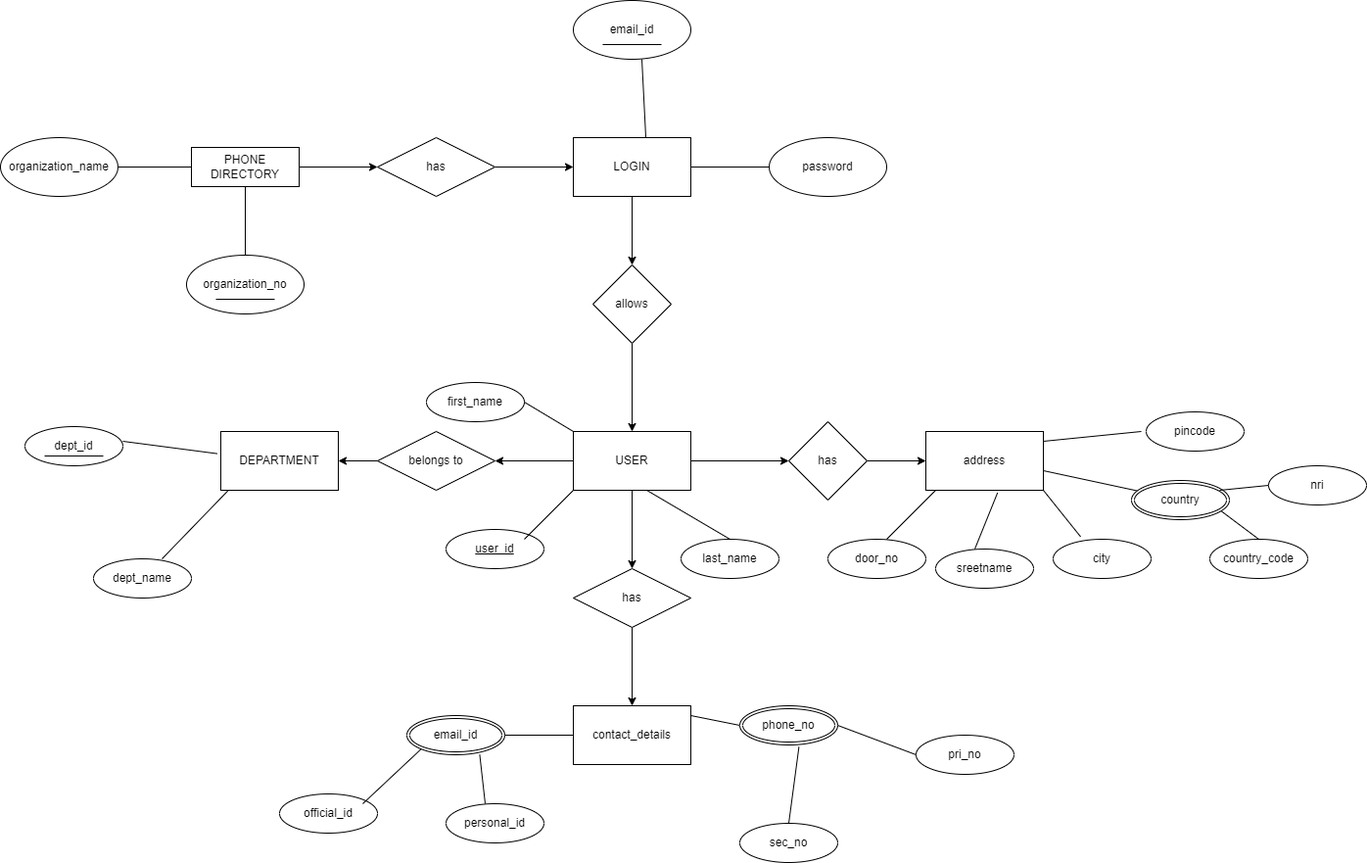
Tharatech87/phone-directory keeps this draw.io diagram as er dgm.png. Above is the earlier version. Source tidied: cells renumbered, new cells last; positions are measured from the earlier drawing's top-left corner, leaving out a move shared by most shapes. The source it was exported from:
```xml
<mxGraphModel>
  <root>
    <mxCell id="0" />
    <mxCell id="1" parent="0" />
    <mxCell id="2" style="edgeStyle=orthogonalEdgeStyle;rounded=0;jettySize=auto;html=1;" parent="1" edge="1" source="3">
      <mxGeometry relative="1" as="geometry">
        <mxPoint x="385" y="170" as="targetPoint" />
      </mxGeometry>
    </mxCell>
    <mxCell id="3" value="PHONE DIRECTORY" style="whiteSpace=wrap;html=1;align=center;" parent="1" vertex="1">
      <mxGeometry x="195" y="150" width="110" height="40" as="geometry" />
    </mxCell>
    <mxCell id="4" style="edgeStyle=orthogonalEdgeStyle;rounded=0;jettySize=auto;html=1;" parent="1" edge="1" source="5" target="7">
      <mxGeometry relative="1" as="geometry" />
    </mxCell>
    <mxCell id="5" value="has" style="shape=rhombus;perimeter=rhombusPerimeter;whiteSpace=wrap;html=1;align=center;" parent="1" vertex="1">
      <mxGeometry x="385" y="140" width="120" height="60" as="geometry" />
    </mxCell>
    <mxCell id="6" style="edgeStyle=orthogonalEdgeStyle;rounded=0;jettySize=auto;html=1;" parent="1" edge="1" source="7" target="9">
      <mxGeometry relative="1" as="geometry" />
    </mxCell>
    <mxCell id="7" value="LOGIN" style="whiteSpace=wrap;html=1;" parent="1" vertex="1">
      <mxGeometry x="585" y="140" width="120" height="60" as="geometry" />
    </mxCell>
    <mxCell id="8" style="edgeStyle=orthogonalEdgeStyle;rounded=0;jettySize=auto;html=1;" parent="1" edge="1" source="9" target="13">
      <mxGeometry relative="1" as="geometry" />
    </mxCell>
    <mxCell id="9" value="allows" style="rhombus;whiteSpace=wrap;html=1;" parent="1" vertex="1">
      <mxGeometry x="605" y="270" width="80" height="80" as="geometry" />
    </mxCell>
    <mxCell id="10" style="edgeStyle=orthogonalEdgeStyle;rounded=0;jettySize=auto;html=1;" parent="1" edge="1" source="13" target="42">
      <mxGeometry relative="1" as="geometry" />
    </mxCell>
    <mxCell id="11" style="edgeStyle=orthogonalEdgeStyle;rounded=0;jettySize=auto;html=1;" parent="1" edge="1" source="13">
      <mxGeometry relative="1" as="geometry">
        <mxPoint x="645" y="580" as="targetPoint" />
      </mxGeometry>
    </mxCell>
    <mxCell id="12" style="edgeStyle=orthogonalEdgeStyle;rounded=0;jettySize=auto;html=1;" parent="1" edge="1" source="13" target="54">
      <mxGeometry relative="1" as="geometry" />
    </mxCell>
    <mxCell id="13" value="USER" style="whiteSpace=wrap;html=1;" parent="1" vertex="1">
      <mxGeometry x="585" y="440" width="120" height="60" as="geometry" />
    </mxCell>
    <mxCell id="14" value="organization_name" style="ellipse;whiteSpace=wrap;html=1;" parent="1" vertex="1">
      <mxGeometry y="140" width="120" height="60" as="geometry" />
    </mxCell>
    <mxCell id="15" style="line;strokeWidth=1;dashed=0;labelPosition=right;align=left;verticalAlign=middle;spacingTop=0;spacingLeft=6;" parent="1" vertex="1">
      <mxGeometry x="120" y="110" width="75" height="120" as="geometry" />
    </mxCell>
    <mxCell id="16" value="organization_no" style="ellipse;whiteSpace=wrap;html=1;" parent="1" vertex="1">
      <mxGeometry x="190" y="260" width="120" height="60" as="geometry" />
    </mxCell>
    <mxCell id="17" value="email_id" style="ellipse;whiteSpace=wrap;html=1;" parent="1" vertex="1">
      <mxGeometry x="585" width="120" height="60" as="geometry" />
    </mxCell>
    <mxCell id="18" style="endArrow=none;html=1;rounded=0;entryX=0.5;entryY=1;entryDx=0;entryDy=0;exitX=0.5;exitY=0;exitDx=0;exitDy=0;" parent="1" edge="1" source="16" target="3">
      <mxGeometry relative="1" as="geometry" />
    </mxCell>
    <mxCell id="19" style="endArrow=none;html=1;rounded=0;exitX=0.617;exitY=0.003;exitDx=0;exitDy=0;exitPerimeter=0;" parent="1" edge="1" source="7">
      <mxGeometry relative="1" as="geometry">
        <mxPoint x="655" y="60" as="targetPoint" />
      </mxGeometry>
    </mxCell>
    <mxCell id="20" value="password" style="ellipse;whiteSpace=wrap;html=1;" parent="1" vertex="1">
      <mxGeometry x="785" y="140" width="120" height="60" as="geometry" />
    </mxCell>
    <mxCell id="21" style="line;strokeWidth=1;dashed=0;labelPosition=right;align=left;verticalAlign=middle;spacingTop=0;spacingLeft=6;" parent="1" vertex="1">
      <mxGeometry x="705" y="165" width="80" height="10" as="geometry" />
    </mxCell>
    <mxCell id="22" style="line;strokeWidth=1;dashed=0;labelPosition=right;align=left;verticalAlign=middle;spacingTop=0;spacingLeft=6;" parent="1" vertex="1">
      <mxGeometry x="220" y="300" width="60" height="10" as="geometry" />
    </mxCell>
    <mxCell id="23" value="first_name" style="ellipse;whiteSpace=wrap;html=1;align=center;" parent="1" vertex="1">
      <mxGeometry x="435" y="390" width="100" height="40" as="geometry" />
    </mxCell>
    <mxCell id="24" style="line;strokeWidth=1;dashed=0;labelPosition=right;align=left;verticalAlign=middle;spacingTop=0;spacingLeft=6;" parent="1" vertex="1">
      <mxGeometry x="615" y="40" width="60" height="10" as="geometry" />
    </mxCell>
    <mxCell id="25" value="last_name" style="ellipse;whiteSpace=wrap;html=1;align=center;" parent="1" vertex="1">
      <mxGeometry x="695" y="550" width="100" height="40" as="geometry" />
    </mxCell>
    <mxCell id="26" value="user_id" style="ellipse;whiteSpace=wrap;html=1;align=center;fontStyle=4;" parent="1" vertex="1">
      <mxGeometry x="455" y="540" width="100" height="40" as="geometry" />
    </mxCell>
    <mxCell id="27" style="endArrow=none;html=1;rounded=0;" parent="1" edge="1">
      <mxGeometry relative="1" as="geometry">
        <mxPoint x="535" y="550" as="sourcePoint" />
        <mxPoint x="585" y="500" as="targetPoint" />
      </mxGeometry>
    </mxCell>
    <mxCell id="28" style="endArrow=none;html=1;rounded=0;exitX=0.5;exitY=0;exitDx=0;exitDy=0;" parent="1" edge="1" source="25">
      <mxGeometry relative="1" as="geometry">
        <mxPoint x="660" y="500" as="targetPoint" />
      </mxGeometry>
    </mxCell>
    <mxCell id="29" style="endArrow=none;html=1;rounded=0;entryX=0;entryY=0.5;entryDx=0;entryDy=0;" parent="1" edge="1" target="30">
      <mxGeometry relative="1" as="geometry">
        <mxPoint x="705" y="730" as="sourcePoint" />
      </mxGeometry>
    </mxCell>
    <mxCell id="30" value="phone_no" style="ellipse;shape=doubleEllipse;margin=3;whiteSpace=wrap;html=1;align=center;" parent="1" vertex="1">
      <mxGeometry x="755" y="720" width="100" height="40" as="geometry" />
    </mxCell>
    <mxCell id="31" value="pri_no" style="ellipse;whiteSpace=wrap;html=1;align=center;" parent="1" vertex="1">
      <mxGeometry x="935" y="750" width="100" height="40" as="geometry" />
    </mxCell>
    <mxCell id="32" value="sec_no" style="ellipse;whiteSpace=wrap;html=1;align=center;" parent="1" vertex="1">
      <mxGeometry x="755" y="840" width="100" height="40" as="geometry" />
    </mxCell>
    <mxCell id="33" style="endArrow=none;html=1;rounded=0;entryX=0.604;entryY=1.05;entryDx=0;entryDy=0;entryPerimeter=0;exitX=0.5;exitY=0;exitDx=0;exitDy=0;" parent="1" edge="1" source="32" target="30">
      <mxGeometry relative="1" as="geometry" />
    </mxCell>
    <mxCell id="34" style="endArrow=none;html=1;rounded=0;entryX=0;entryY=0.5;entryDx=0;entryDy=0;exitX=1;exitY=0.5;exitDx=0;exitDy=0;" parent="1" edge="1" source="30" target="31">
      <mxGeometry relative="1" as="geometry" />
    </mxCell>
    <mxCell id="35" style="endArrow=none;html=1;rounded=0;entryX=0;entryY=0;entryDx=0;entryDy=0;" parent="1" edge="1" target="13">
      <mxGeometry relative="1" as="geometry">
        <mxPoint x="535" y="410" as="sourcePoint" />
      </mxGeometry>
    </mxCell>
    <mxCell id="36" value="DEPARTMENT" style="whiteSpace=wrap;html=1;" parent="1" vertex="1">
      <mxGeometry x="225" y="440" width="120" height="60" as="geometry" />
    </mxCell>
    <mxCell id="37" value="dept_id" style="ellipse;whiteSpace=wrap;html=1;align=center;" parent="1" vertex="1">
      <mxGeometry x="25" y="435" width="100" height="40" as="geometry" />
    </mxCell>
    <mxCell id="38" value="dept_name" style="ellipse;whiteSpace=wrap;html=1;align=center;" parent="1" vertex="1">
      <mxGeometry x="95" y="570" width="100" height="40" as="geometry" />
    </mxCell>
    <mxCell id="39" style="endArrow=none;html=1;rounded=0;entryX=-0.03;entryY=0.377;entryDx=0;entryDy=0;entryPerimeter=0;" parent="1" edge="1" target="36">
      <mxGeometry relative="1" as="geometry">
        <mxPoint x="125" y="450" as="sourcePoint" />
      </mxGeometry>
    </mxCell>
    <mxCell id="40" style="endArrow=none;html=1;rounded=0;entryX=0.063;entryY=1.003;entryDx=0;entryDy=0;entryPerimeter=0;" parent="1" edge="1" target="36">
      <mxGeometry relative="1" as="geometry">
        <mxPoint x="165" y="570" as="sourcePoint" />
      </mxGeometry>
    </mxCell>
    <mxCell id="41" style="line;strokeWidth=1;dashed=0;labelPosition=right;align=left;verticalAlign=middle;spacingTop=0;spacingLeft=6;" parent="1" vertex="1">
      <mxGeometry x="45" y="460" width="60" height="10" as="geometry" />
    </mxCell>
    <mxCell id="42" value="belongs to" style="shape=rhombus;perimeter=rhombusPerimeter;whiteSpace=wrap;html=1;align=center;" parent="1" vertex="1">
      <mxGeometry x="385" y="440" width="120" height="60" as="geometry" />
    </mxCell>
    <mxCell id="43" style="endArrow=classic;html=1;rounded=0;exitX=0;exitY=0.5;exitDx=0;exitDy=0;entryX=1;entryY=0.5;entryDx=0;entryDy=0;" parent="1" edge="1" source="42" target="36">
      <mxGeometry relative="1" as="geometry" />
    </mxCell>
    <mxCell id="44" style="edgeStyle=orthogonalEdgeStyle;rounded=0;jettySize=auto;html=1;" parent="1" edge="1" source="45" target="46">
      <mxGeometry relative="1" as="geometry" />
    </mxCell>
    <mxCell id="45" value="has" style="shape=rhombus;perimeter=rhombusPerimeter;whiteSpace=wrap;html=1;align=center;" parent="1" vertex="1">
      <mxGeometry x="585" y="580" width="120" height="60" as="geometry" />
    </mxCell>
    <mxCell id="46" value="contact_details" style="whiteSpace=wrap;html=1;" parent="1" vertex="1">
      <mxGeometry x="585" y="720" width="120" height="60" as="geometry" />
    </mxCell>
    <mxCell id="47" value="email_id" style="ellipse;shape=doubleEllipse;margin=3;whiteSpace=wrap;html=1;align=center;" parent="1" vertex="1">
      <mxGeometry x="415" y="730" width="100" height="40" as="geometry" />
    </mxCell>
    <mxCell id="48" style="endArrow=none;html=1;rounded=0;entryX=0;entryY=0.5;entryDx=0;entryDy=0;" parent="1" edge="1" target="46">
      <mxGeometry relative="1" as="geometry">
        <mxPoint x="515" y="750" as="sourcePoint" />
      </mxGeometry>
    </mxCell>
    <mxCell id="49" value="personal_id" style="ellipse;whiteSpace=wrap;html=1;align=center;" parent="1" vertex="1">
      <mxGeometry x="455" y="820" width="100" height="40" as="geometry" />
    </mxCell>
    <mxCell id="50" value="official_id" style="ellipse;whiteSpace=wrap;html=1;align=center;" parent="1" vertex="1">
      <mxGeometry x="285" y="810" width="100" height="40" as="geometry" />
    </mxCell>
    <mxCell id="51" style="endArrow=none;html=1;rounded=0;entryX=0;entryY=1;entryDx=0;entryDy=0;" parent="1" edge="1" target="47">
      <mxGeometry relative="1" as="geometry">
        <mxPoint x="370" y="820" as="sourcePoint" />
      </mxGeometry>
    </mxCell>
    <mxCell id="52" style="endArrow=none;html=1;rounded=0;entryX=0.744;entryY=0.995;entryDx=0;entryDy=0;entryPerimeter=0;" parent="1" edge="1" target="47">
      <mxGeometry relative="1" as="geometry">
        <mxPoint x="495" y="820" as="sourcePoint" />
      </mxGeometry>
    </mxCell>
    <mxCell id="53" style="edgeStyle=orthogonalEdgeStyle;rounded=0;jettySize=auto;html=1;" parent="1" edge="1" source="54" target="55">
      <mxGeometry relative="1" as="geometry" />
    </mxCell>
    <mxCell id="54" value="has" style="rhombus;whiteSpace=wrap;html=1;" parent="1" vertex="1">
      <mxGeometry x="805" y="430" width="80" height="80" as="geometry" />
    </mxCell>
    <mxCell id="55" value="address" style="whiteSpace=wrap;html=1;" parent="1" vertex="1">
      <mxGeometry x="945" y="440" width="120" height="60" as="geometry" />
    </mxCell>
    <mxCell id="56" value="city" style="ellipse;whiteSpace=wrap;html=1;align=center;" parent="1" vertex="1">
      <mxGeometry x="1075" y="550" width="100" height="40" as="geometry" />
    </mxCell>
    <mxCell id="57" value="sreetname" style="ellipse;whiteSpace=wrap;html=1;align=center;" parent="1" vertex="1">
      <mxGeometry x="955" y="560" width="100" height="40" as="geometry" />
    </mxCell>
    <mxCell id="58" value="door_no" style="ellipse;whiteSpace=wrap;html=1;align=center;" parent="1" vertex="1">
      <mxGeometry x="845" y="550" width="100" height="40" as="geometry" />
    </mxCell>
    <mxCell id="59" style="endArrow=none;html=1;rounded=0;entryX=0.5;entryY=0;entryDx=0;entryDy=0;" parent="1" edge="1" target="64">
      <mxGeometry relative="1" as="geometry">
        <mxPoint x="1245" y="520" as="sourcePoint" />
      </mxGeometry>
    </mxCell>
    <mxCell id="60" style="endArrow=none;html=1;rounded=0;exitX=0.28;exitY=-0.065;exitDx=0;exitDy=0;exitPerimeter=0;" parent="1" edge="1" source="56">
      <mxGeometry relative="1" as="geometry">
        <mxPoint x="1065" y="500" as="targetPoint" />
      </mxGeometry>
    </mxCell>
    <mxCell id="61" style="endArrow=none;html=1;rounded=0;" parent="1" edge="1">
      <mxGeometry relative="1" as="geometry">
        <mxPoint x="1065" y="480" as="sourcePoint" />
        <mxPoint x="1160.9" y="500.6" as="targetPoint" />
      </mxGeometry>
    </mxCell>
    <mxCell id="62" style="endArrow=none;html=1;rounded=0;entryX=0.61;entryY=1.043;entryDx=0;entryDy=0;entryPerimeter=0;" parent="1" edge="1" target="55">
      <mxGeometry relative="1" as="geometry">
        <mxPoint x="995" y="560" as="sourcePoint" />
      </mxGeometry>
    </mxCell>
    <mxCell id="63" style="endArrow=none;html=1;rounded=0;" parent="1" edge="1">
      <mxGeometry relative="1" as="geometry">
        <mxPoint x="905" y="550" as="sourcePoint" />
        <mxPoint x="955" y="500" as="targetPoint" />
      </mxGeometry>
    </mxCell>
    <mxCell id="64" value="country_code" style="ellipse;whiteSpace=wrap;html=1;align=center;" parent="1" vertex="1">
      <mxGeometry x="1235" y="550" width="100" height="40" as="geometry" />
    </mxCell>
    <mxCell id="65" value="country" style="ellipse;shape=doubleEllipse;margin=3;whiteSpace=wrap;html=1;align=center;" parent="1" vertex="1">
      <mxGeometry x="1155" y="490" width="100" height="40" as="geometry" />
    </mxCell>
    <mxCell id="66" value="pincode" style="ellipse;whiteSpace=wrap;html=1;align=center;" parent="1" vertex="1">
      <mxGeometry x="1170" y="420" width="100" height="40" as="geometry" />
    </mxCell>
    <mxCell id="67" style="endArrow=none;html=1;rounded=0;" parent="1" edge="1">
      <mxGeometry relative="1" as="geometry">
        <mxPoint x="1065" y="450" as="sourcePoint" />
        <mxPoint x="1165" y="440" as="targetPoint" />
      </mxGeometry>
    </mxCell>
    <mxCell id="68" value="nri" style="ellipse;whiteSpace=wrap;html=1;align=center;" parent="1" vertex="1">
      <mxGeometry x="1295" y="475" width="100" height="40" as="geometry" />
    </mxCell>
    <mxCell id="69" style="endArrow=none;html=1;rounded=0;entryX=0;entryY=0.5;entryDx=0;entryDy=0;" parent="1" edge="1" target="68">
      <mxGeometry relative="1" as="geometry">
        <mxPoint x="1245" y="500" as="sourcePoint" />
      </mxGeometry>
    </mxCell>
  </root>
</mxGraphModel>
```
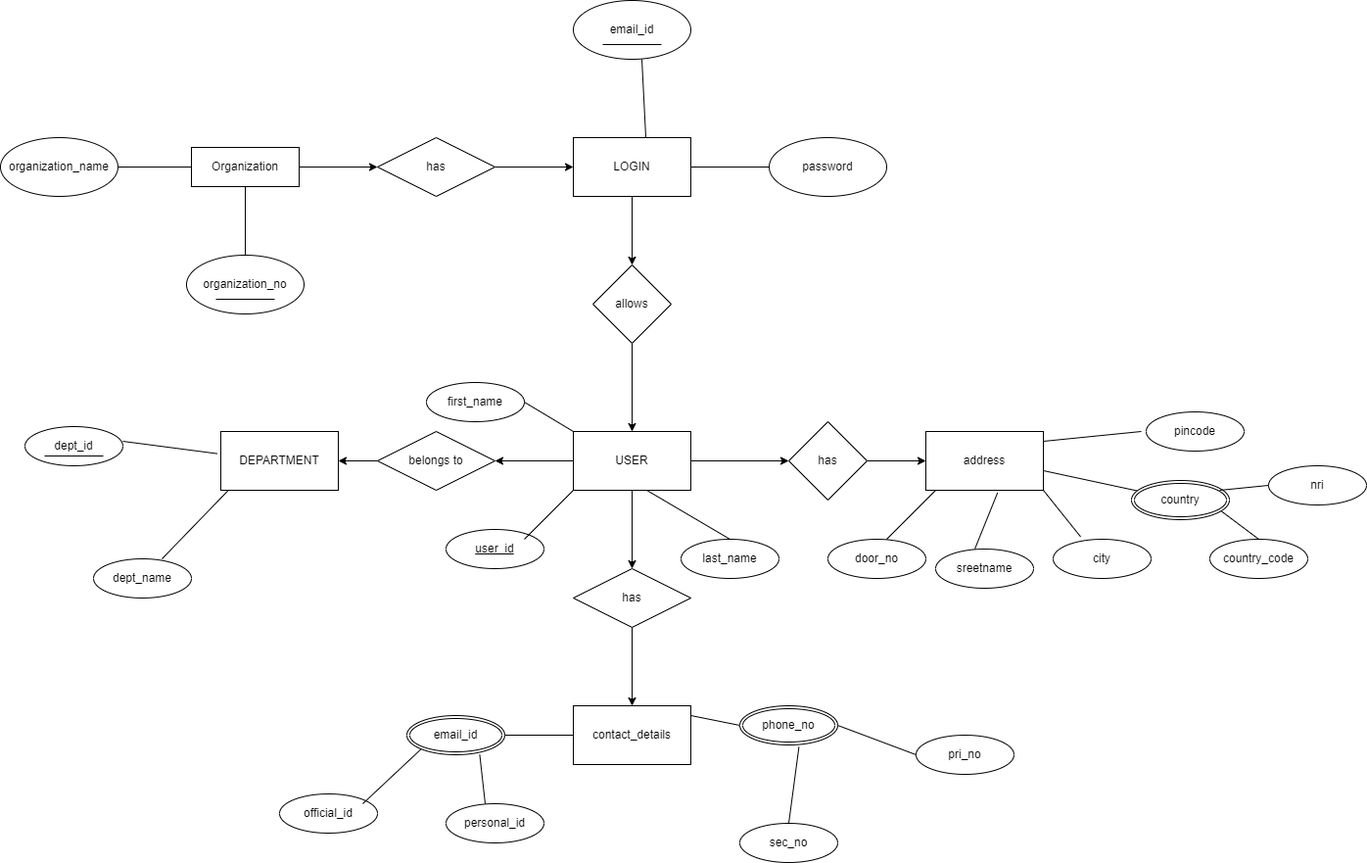
After the commit.

The edit, as a diff of the source:
```diff
@@ -7,7 +7,7 @@
         <mxPoint x="385" y="170" as="targetPoint" />
       </mxGeometry>
     </mxCell>
-    <mxCell id="3" value="PHONE DIRECTORY" style="whiteSpace=wrap;html=1;align=center;" parent="1" vertex="1">
+    <mxCell id="3" value="Organization" style="whiteSpace=wrap;html=1;align=center;" parent="1" vertex="1">
       <mxGeometry x="195" y="150" width="110" height="40" as="geometry" />
     </mxCell>
     <mxCell id="4" style="edgeStyle=orthogonalEdgeStyle;rounded=0;jettySize=auto;html=1;" parent="1" edge="1" source="5" target="7">
```
